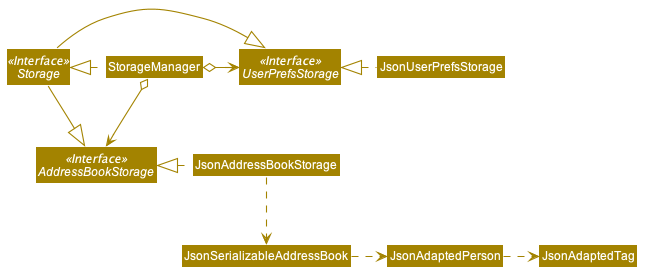
Above: docs/images/StorageClassDiagram.png in nus-cs2103-AY2425S1/tp (PlantUML), before the change.
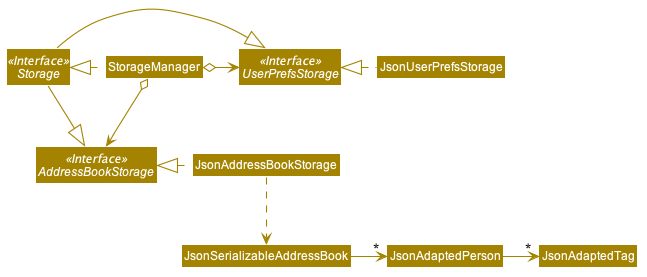
After the change.

Commit message:
DG: Storage class diagram: change dependencies to associations (#95)

The associations JsonSerializableAddressBook - JsonAdaptedPerson and
JsonAdaptedPerson - JsonAdaptedTag are shown as dependencies instead.

Let's show them with associations. In addition, let's show the * multiplicity
so that it is clear a collection of objects are involved.

The edit, as a diff of the source:
```diff
@@ -69,6 +69,6 @@
 JsonUserPrefsStorage .left.|> UserPrefsStorage
 JsonAddressBookStorage .left.|> AddressBookStorage
 JsonAddressBookStorage .down.> JsonSerializableAddressBook
-JsonSerializableAddressBook .right.> JsonAdaptedPerson
-JsonAdaptedPerson .right.> JsonAdaptedTag
+JsonSerializableAddressBook -right-> "*" JsonAdaptedPerson
+JsonAdaptedPerson -right-> "*" JsonAdaptedTag
 @enduml
```
